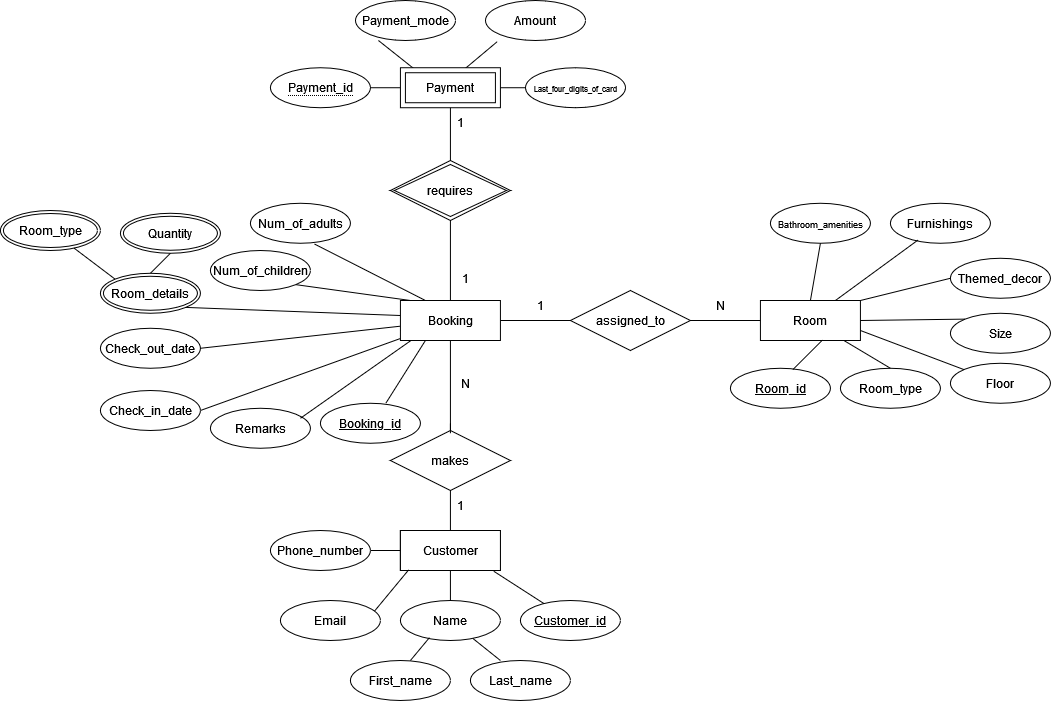
This is RMS_ERD.png from jocelyn-soh/smart-split, a draw.io export, as it was before one commit. Source tidied: cells renumbered, new cells last; positions are measured from the earlier drawing's top-left corner, leaving out a move shared by most shapes. Its diagram source:
```xml
<mxGraphModel>
  <root>
    <mxCell id="0" />
    <mxCell id="1" parent="0" />
    <mxCell id="2" value="Customer" style="whiteSpace=wrap;html=1;align=center;" parent="1" vertex="1">
      <mxGeometry x="399.9" y="530" width="100" height="40" as="geometry" />
    </mxCell>
    <mxCell id="3" value="Entity" style="whiteSpace=wrap;html=1;align=center;" parent="1" vertex="1">
      <mxGeometry x="399.9" y="530" width="100" height="40" as="geometry" />
    </mxCell>
    <mxCell id="4" value="Customer" style="whiteSpace=wrap;html=1;align=center;" parent="1" vertex="1">
      <mxGeometry x="399.9" y="530" width="100" height="40" as="geometry" />
    </mxCell>
    <mxCell id="5" value="Room" style="whiteSpace=wrap;html=1;align=center;" parent="1" vertex="1">
      <mxGeometry x="759.9" y="300" width="100" height="40" as="geometry" />
    </mxCell>
    <mxCell id="6" value="Name" style="ellipse;whiteSpace=wrap;html=1;align=center;" parent="1" vertex="1">
      <mxGeometry x="399.9" y="600" width="100" height="40" as="geometry" />
    </mxCell>
    <mxCell id="7" style="endArrow=none;html=1;rounded=0;exitX=0.5;exitY=0;exitDx=0;exitDy=0;" parent="1" edge="1" source="64">
      <mxGeometry relative="1" as="geometry">
        <mxPoint x="449.9" y="422.8" as="targetPoint" />
      </mxGeometry>
    </mxCell>
    <mxCell id="8" style="endArrow=none;html=1;rounded=0;entryX=0;entryY=0.5;entryDx=0;entryDy=0;exitX=1;exitY=0.5;exitDx=0;exitDy=0;" parent="1" edge="1" source="32" target="61">
      <mxGeometry relative="1" as="geometry" />
    </mxCell>
    <mxCell id="9" style="endArrow=none;html=1;rounded=0;exitX=0.5;exitY=1;exitDx=0;exitDy=0;entryX=0.5;entryY=0;entryDx=0;entryDy=0;" parent="1" edge="1" source="4" target="6">
      <mxGeometry relative="1" as="geometry" />
    </mxCell>
    <mxCell id="10" value="First_name" style="ellipse;whiteSpace=wrap;html=1;align=center;" parent="1" vertex="1">
      <mxGeometry x="349.9" y="660" width="100" height="40" as="geometry" />
    </mxCell>
    <mxCell id="11" value="Last_name" style="ellipse;whiteSpace=wrap;html=1;align=center;" parent="1" vertex="1">
      <mxGeometry x="469.9" y="660" width="100" height="40" as="geometry" />
    </mxCell>
    <mxCell id="12" style="endArrow=none;html=1;rounded=0;entryX=0.29;entryY=0.929;entryDx=0;entryDy=0;entryPerimeter=0;" parent="1" edge="1" target="6">
      <mxGeometry relative="1" as="geometry">
        <mxPoint x="409.9" y="660" as="sourcePoint" />
      </mxGeometry>
    </mxCell>
    <mxCell id="13" style="endArrow=none;html=1;rounded=0;" parent="1" edge="1" target="6">
      <mxGeometry relative="1" as="geometry">
        <mxPoint x="499.9" y="660" as="sourcePoint" />
      </mxGeometry>
    </mxCell>
    <mxCell id="14" value="Customer_id" style="ellipse;whiteSpace=wrap;html=1;align=center;fontStyle=4;" parent="1" vertex="1">
      <mxGeometry x="519.9" y="600" width="100" height="40" as="geometry" />
    </mxCell>
    <mxCell id="15" style="endArrow=none;html=1;rounded=0;exitX=0.933;exitY=1.018;exitDx=0;exitDy=0;exitPerimeter=0;" parent="1" edge="1" source="4" target="14">
      <mxGeometry relative="1" as="geometry" />
    </mxCell>
    <mxCell id="16" value="Email" style="ellipse;whiteSpace=wrap;html=1;align=center;" parent="1" vertex="1">
      <mxGeometry x="279.9" y="600" width="100" height="40" as="geometry" />
    </mxCell>
    <mxCell id="17" style="endArrow=none;html=1;rounded=0;entryX=0.083;entryY=0.982;entryDx=0;entryDy=0;entryPerimeter=0;exitX=0.94;exitY=0.268;exitDx=0;exitDy=0;exitPerimeter=0;" parent="1" edge="1" source="16" target="4">
      <mxGeometry relative="1" as="geometry" />
    </mxCell>
    <mxCell id="18" value="Phone_number" style="ellipse;whiteSpace=wrap;html=1;align=center;" parent="1" vertex="1">
      <mxGeometry x="269.9" y="530" width="100" height="40" as="geometry" />
    </mxCell>
    <mxCell id="19" style="endArrow=none;html=1;rounded=0;entryX=0;entryY=0.5;entryDx=0;entryDy=0;" parent="1" edge="1" target="4">
      <mxGeometry relative="1" as="geometry">
        <mxPoint x="369.9" y="550" as="sourcePoint" />
      </mxGeometry>
    </mxCell>
    <mxCell id="20" value="Booking_id" style="ellipse;whiteSpace=wrap;html=1;align=center;fontStyle=4;" parent="1" vertex="1">
      <mxGeometry x="319.9" y="402.8" width="100" height="40" as="geometry" />
    </mxCell>
    <mxCell id="21" style="endArrow=none;html=1;rounded=0;entryX=0.25;entryY=1;entryDx=0;entryDy=0;exitX=0.654;exitY=0;exitDx=0;exitDy=0;exitPerimeter=0;" parent="1" edge="1" source="20" target="32">
      <mxGeometry relative="1" as="geometry" />
    </mxCell>
    <mxCell id="22" value="Remarks" style="ellipse;whiteSpace=wrap;html=1;align=center;" parent="1" vertex="1">
      <mxGeometry x="209.9" y="407.8" width="100" height="40" as="geometry" />
    </mxCell>
    <mxCell id="23" style="endArrow=none;html=1;rounded=0;entryX=0.126;entryY=0.964;entryDx=0;entryDy=0;exitX=0.9;exitY=0.25;exitDx=0;exitDy=0;exitPerimeter=0;entryPerimeter=0;" parent="1" edge="1" source="22" target="32">
      <mxGeometry relative="1" as="geometry" />
    </mxCell>
    <mxCell id="24" value="Check_out_date" style="ellipse;whiteSpace=wrap;html=1;align=center;" parent="1" vertex="1">
      <mxGeometry x="99.9" y="327.8" width="100" height="40" as="geometry" />
    </mxCell>
    <mxCell id="25" value="Check_in_date" style="ellipse;whiteSpace=wrap;html=1;align=center;" parent="1" vertex="1">
      <mxGeometry x="99.9" y="390" width="100" height="40" as="geometry" />
    </mxCell>
    <mxCell id="26" value="Num_of_adults" style="ellipse;whiteSpace=wrap;html=1;align=center;" parent="1" vertex="1">
      <mxGeometry x="249.9" y="202.8" width="100" height="40" as="geometry" />
    </mxCell>
    <mxCell id="27" value="Num_of_children" style="ellipse;whiteSpace=wrap;html=1;align=center;" parent="1" vertex="1">
      <mxGeometry x="209.9" y="250" width="100" height="40" as="geometry" />
    </mxCell>
    <mxCell id="28" value="Room_details" style="ellipse;shape=doubleEllipse;margin=3;whiteSpace=wrap;html=1;align=center;" parent="1" vertex="1">
      <mxGeometry x="99.9" y="272.8" width="100" height="40" as="geometry" />
    </mxCell>
    <mxCell id="29" style="endArrow=none;html=1;rounded=0;exitX=1;exitY=0.5;exitDx=0;exitDy=0;" parent="1" edge="1" source="32">
      <mxGeometry relative="1" as="geometry">
        <mxPoint x="399.9" y="330" as="targetPoint" />
      </mxGeometry>
    </mxCell>
    <mxCell id="30" style="endArrow=none;html=1;rounded=0;exitX=1;exitY=0.5;exitDx=0;exitDy=0;entryX=-0.003;entryY=0.643;entryDx=0;entryDy=0;entryPerimeter=0;" parent="1" edge="1" source="24" target="32">
      <mxGeometry relative="1" as="geometry" />
    </mxCell>
    <mxCell id="31" style="endArrow=none;html=1;rounded=0;exitX=1;exitY=0.5;exitDx=0;exitDy=0;" parent="1" edge="1" source="25" target="32">
      <mxGeometry relative="1" as="geometry" />
    </mxCell>
    <mxCell id="32" value="Booking" style="whiteSpace=wrap;html=1;align=center;" parent="1" vertex="1">
      <mxGeometry x="399.9" y="300" width="100" height="40" as="geometry" />
    </mxCell>
    <mxCell id="33" style="endArrow=none;html=1;rounded=0;entryX=-0.003;entryY=0.375;entryDx=0;entryDy=0;entryPerimeter=0;exitX=1;exitY=1;exitDx=0;exitDy=0;" parent="1" edge="1" source="28" target="32">
      <mxGeometry relative="1" as="geometry" />
    </mxCell>
    <mxCell id="34" value="Quantity" style="ellipse;shape=doubleEllipse;margin=3;whiteSpace=wrap;html=1;align=center;" parent="1" vertex="1">
      <mxGeometry x="119.9" y="212.8" width="100" height="40" as="geometry" />
    </mxCell>
    <mxCell id="35" value="Room_type" style="ellipse;shape=doubleEllipse;margin=3;whiteSpace=wrap;html=1;align=center;" parent="1" vertex="1">
      <mxGeometry x="-0.1" y="210" width="100" height="40" as="geometry" />
    </mxCell>
    <mxCell id="36" style="endArrow=none;html=1;rounded=0;entryX=0;entryY=0;entryDx=0;entryDy=0;" parent="1" edge="1" source="35" target="28">
      <mxGeometry relative="1" as="geometry" />
    </mxCell>
    <mxCell id="37" style="endArrow=none;html=1;rounded=0;entryX=0.5;entryY=1;entryDx=0;entryDy=0;exitX=0.5;exitY=0;exitDx=0;exitDy=0;" parent="1" edge="1" source="28" target="34">
      <mxGeometry relative="1" as="geometry" />
    </mxCell>
    <mxCell id="38" style="endArrow=none;html=1;rounded=0;exitX=1;exitY=1;exitDx=0;exitDy=0;" parent="1" edge="1" source="27">
      <mxGeometry relative="1" as="geometry">
        <mxPoint x="409.9" y="300" as="targetPoint" />
      </mxGeometry>
    </mxCell>
    <mxCell id="39" style="endArrow=none;html=1;rounded=0;entryX=0.25;entryY=0;entryDx=0;entryDy=0;exitX=0.64;exitY=1.018;exitDx=0;exitDy=0;exitPerimeter=0;" parent="1" edge="1" source="26" target="32">
      <mxGeometry relative="1" as="geometry" />
    </mxCell>
    <mxCell id="40" style="endArrow=none;html=1;rounded=0;exitX=1;exitY=0.5;exitDx=0;exitDy=0;" parent="1" edge="1" target="66">
      <mxGeometry relative="1" as="geometry">
        <mxPoint x="365" y="87.2" as="sourcePoint" />
      </mxGeometry>
    </mxCell>
    <mxCell id="41" value="Payment_mode" style="ellipse;whiteSpace=wrap;html=1;align=center;" parent="1" vertex="1">
      <mxGeometry x="355" width="100" height="40" as="geometry" />
    </mxCell>
    <mxCell id="42" value="Amount" style="ellipse;whiteSpace=wrap;html=1;align=center;" parent="1" vertex="1">
      <mxGeometry x="485" width="100" height="40" as="geometry" />
    </mxCell>
    <mxCell id="43" value="&lt;font style=&quot;font-size: 8px;&quot;&gt;Last_four_digits_of_card&lt;/font&gt;" style="ellipse;whiteSpace=wrap;html=1;align=center;" parent="1" vertex="1">
      <mxGeometry x="525" y="67.2" width="100" height="40" as="geometry" />
    </mxCell>
    <mxCell id="44" style="endArrow=none;html=1;rounded=0;exitX=0.18;exitY=0.016;exitDx=0;exitDy=0;exitPerimeter=0;" parent="1" edge="1">
      <mxGeometry relative="1" as="geometry">
        <mxPoint x="413" y="67.9" as="sourcePoint" />
        <mxPoint x="377.9" y="40" as="targetPoint" />
      </mxGeometry>
    </mxCell>
    <mxCell id="45" style="endArrow=none;html=1;rounded=0;entryX=0.617;entryY=0.974;entryDx=0;entryDy=0;entryPerimeter=0;exitX=0.699;exitY=0.016;exitDx=0;exitDy=0;exitPerimeter=0;" parent="1" edge="1">
      <mxGeometry relative="1" as="geometry">
        <mxPoint x="464.9" y="67.9" as="sourcePoint" />
        <mxPoint x="496.7" y="41.2" as="targetPoint" />
      </mxGeometry>
    </mxCell>
    <mxCell id="46" style="endArrow=none;html=1;rounded=0;exitX=1;exitY=0.5;exitDx=0;exitDy=0;entryX=0;entryY=0.5;entryDx=0;entryDy=0;" parent="1" edge="1" target="43">
      <mxGeometry relative="1" as="geometry">
        <mxPoint x="495" y="87.2" as="sourcePoint" />
      </mxGeometry>
    </mxCell>
    <mxCell id="47" value="Room_id" style="ellipse;whiteSpace=wrap;html=1;align=center;fontStyle=4;" parent="1" vertex="1">
      <mxGeometry x="729.9" y="367.8" width="100" height="40" as="geometry" />
    </mxCell>
    <mxCell id="48" value="Room_type" style="ellipse;whiteSpace=wrap;html=1;align=center;" parent="1" vertex="1">
      <mxGeometry x="839.9" y="367.8" width="100" height="40" as="geometry" />
    </mxCell>
    <mxCell id="49" value="Floor" style="ellipse;whiteSpace=wrap;html=1;align=center;" parent="1" vertex="1">
      <mxGeometry x="949.9" y="362.8" width="100" height="40" as="geometry" />
    </mxCell>
    <mxCell id="50" value="Size" style="ellipse;whiteSpace=wrap;html=1;align=center;" parent="1" vertex="1">
      <mxGeometry x="949.9" y="312.8" width="100" height="40" as="geometry" />
    </mxCell>
    <mxCell id="51" value="Themed_decor" style="ellipse;whiteSpace=wrap;html=1;align=center;" parent="1" vertex="1">
      <mxGeometry x="949.9" y="257.8" width="100" height="40" as="geometry" />
    </mxCell>
    <mxCell id="52" value="&lt;font style=&quot;font-size: 9px;&quot;&gt;Bathroom_amenities&lt;/font&gt;" style="ellipse;whiteSpace=wrap;html=1;align=center;" parent="1" vertex="1">
      <mxGeometry x="769.9" y="202.8" width="100" height="40" as="geometry" />
    </mxCell>
    <mxCell id="53" value="Furnishings" style="ellipse;whiteSpace=wrap;html=1;align=center;" parent="1" vertex="1">
      <mxGeometry x="889.9" y="202.8" width="100" height="40" as="geometry" />
    </mxCell>
    <mxCell id="54" style="endArrow=none;html=1;rounded=0;exitX=0.5;exitY=0;exitDx=0;exitDy=0;entryX=0.5;entryY=1;entryDx=0;entryDy=0;" parent="1" edge="1" source="5" target="52">
      <mxGeometry relative="1" as="geometry" />
    </mxCell>
    <mxCell id="55" style="endArrow=none;html=1;rounded=0;entryX=0.276;entryY=0.919;entryDx=0;entryDy=0;entryPerimeter=0;exitX=0.75;exitY=0;exitDx=0;exitDy=0;" parent="1" edge="1" source="5" target="53">
      <mxGeometry relative="1" as="geometry" />
    </mxCell>
    <mxCell id="56" style="endArrow=none;html=1;rounded=0;exitX=1;exitY=0;exitDx=0;exitDy=0;entryX=0;entryY=0.5;entryDx=0;entryDy=0;" parent="1" edge="1" source="5" target="51">
      <mxGeometry relative="1" as="geometry" />
    </mxCell>
    <mxCell id="57" style="endArrow=none;html=1;rounded=0;exitX=1;exitY=0.5;exitDx=0;exitDy=0;entryX=0;entryY=0;entryDx=0;entryDy=0;" parent="1" edge="1" source="5" target="50">
      <mxGeometry relative="1" as="geometry" />
    </mxCell>
    <mxCell id="58" style="endArrow=none;html=1;rounded=0;exitX=1;exitY=0.75;exitDx=0;exitDy=0;" parent="1" edge="1" source="5" target="49">
      <mxGeometry relative="1" as="geometry" />
    </mxCell>
    <mxCell id="59" style="endArrow=none;html=1;rounded=0;entryX=0.5;entryY=0;entryDx=0;entryDy=0;" parent="1" edge="1" source="5" target="48">
      <mxGeometry relative="1" as="geometry" />
    </mxCell>
    <mxCell id="60" style="endArrow=none;html=1;rounded=0;exitX=0.624;exitY=0.034;exitDx=0;exitDy=0;exitPerimeter=0;entryX=0.621;entryY=0.988;entryDx=0;entryDy=0;entryPerimeter=0;" parent="1" edge="1" source="47" target="5">
      <mxGeometry relative="1" as="geometry" />
    </mxCell>
    <mxCell id="61" value="assigned_to" style="shape=rhombus;perimeter=rhombusPerimeter;whiteSpace=wrap;html=1;align=center;" parent="1" vertex="1">
      <mxGeometry x="569.9" y="290" width="120" height="60" as="geometry" />
    </mxCell>
    <mxCell id="62" style="endArrow=none;html=1;rounded=0;entryX=0;entryY=0.5;entryDx=0;entryDy=0;exitX=1;exitY=0.5;exitDx=0;exitDy=0;entryPerimeter=0;" parent="1" edge="1" source="61" target="5">
      <mxGeometry relative="1" as="geometry" />
    </mxCell>
    <mxCell id="63" style="endArrow=none;html=1;rounded=0;exitX=0.5;exitY=0;exitDx=0;exitDy=0;entryX=0.5;entryY=1;entryDx=0;entryDy=0;" parent="1" edge="1" source="4" target="64">
      <mxGeometry relative="1" as="geometry" />
    </mxCell>
    <mxCell id="64" value="makes" style="shape=rhombus;perimeter=rhombusPerimeter;whiteSpace=wrap;html=1;align=center;" parent="1" vertex="1">
      <mxGeometry x="389.9" y="430" width="120" height="60" as="geometry" />
    </mxCell>
    <mxCell id="65" style="endArrow=none;html=1;rounded=0;exitX=0.5;exitY=1;exitDx=0;exitDy=0;" parent="1" edge="1" source="32">
      <mxGeometry relative="1" as="geometry">
        <mxPoint x="449.9" y="432.8" as="targetPoint" />
      </mxGeometry>
    </mxCell>
    <mxCell id="66" value="Payment" style="shape=ext;margin=3;double=1;whiteSpace=wrap;html=1;align=center;" parent="1" vertex="1">
      <mxGeometry x="399.9" y="67.2" width="100" height="40" as="geometry" />
    </mxCell>
    <mxCell id="67" value="&lt;span style=&quot;border-bottom: 1px dotted&quot;&gt;Payment_id&lt;/span&gt;" style="ellipse;whiteSpace=wrap;html=1;align=center;" parent="1" vertex="1">
      <mxGeometry x="269.9" y="67.2" width="100" height="40" as="geometry" />
    </mxCell>
    <mxCell id="68" value="requires" style="shape=rhombus;double=1;perimeter=rhombusPerimeter;whiteSpace=wrap;html=1;align=center;" parent="1" vertex="1">
      <mxGeometry x="389.9" y="160" width="120" height="60" as="geometry" />
    </mxCell>
    <mxCell id="69" style="endArrow=none;html=1;rounded=0;exitX=0.5;exitY=0;exitDx=0;exitDy=0;entryX=0.5;entryY=1;entryDx=0;entryDy=0;" parent="1" edge="1" source="32" target="68">
      <mxGeometry relative="1" as="geometry" />
    </mxCell>
    <mxCell id="70" style="endArrow=none;html=1;rounded=0;exitX=0.5;exitY=0;exitDx=0;exitDy=0;" parent="1" edge="1" source="68" target="66">
      <mxGeometry relative="1" as="geometry" />
    </mxCell>
    <mxCell id="71" value="1" style="text;html=1;align=center;verticalAlign=middle;strokeColor=none;fillColor=none;" parent="1" vertex="1">
      <mxGeometry x="449.9" y="262.8" width="30" height="30" as="geometry" />
    </mxCell>
    <mxCell id="72" value="1" style="text;html=1;align=center;verticalAlign=middle;strokeColor=none;fillColor=none;" parent="1" vertex="1">
      <mxGeometry x="445" y="107.2" width="30" height="30" as="geometry" />
    </mxCell>
    <mxCell id="73" value="1" style="text;html=1;align=center;verticalAlign=middle;strokeColor=none;fillColor=none;" parent="1" vertex="1">
      <mxGeometry x="525" y="290" width="30" height="30" as="geometry" />
    </mxCell>
    <mxCell id="74" value="N" style="text;html=1;align=center;verticalAlign=middle;strokeColor=none;fillColor=none;" parent="1" vertex="1">
      <mxGeometry x="705" y="290" width="30" height="30" as="geometry" />
    </mxCell>
    <mxCell id="75" value="1" style="text;html=1;align=center;verticalAlign=middle;strokeColor=none;fillColor=none;" parent="1" vertex="1">
      <mxGeometry x="445" y="490" width="30" height="30" as="geometry" />
    </mxCell>
    <mxCell id="76" value="N" style="text;html=1;align=center;verticalAlign=middle;strokeColor=none;fillColor=none;" parent="1" vertex="1">
      <mxGeometry x="449.9" y="367.8" width="30" height="30" as="geometry" />
    </mxCell>
  </root>
</mxGraphModel>
```
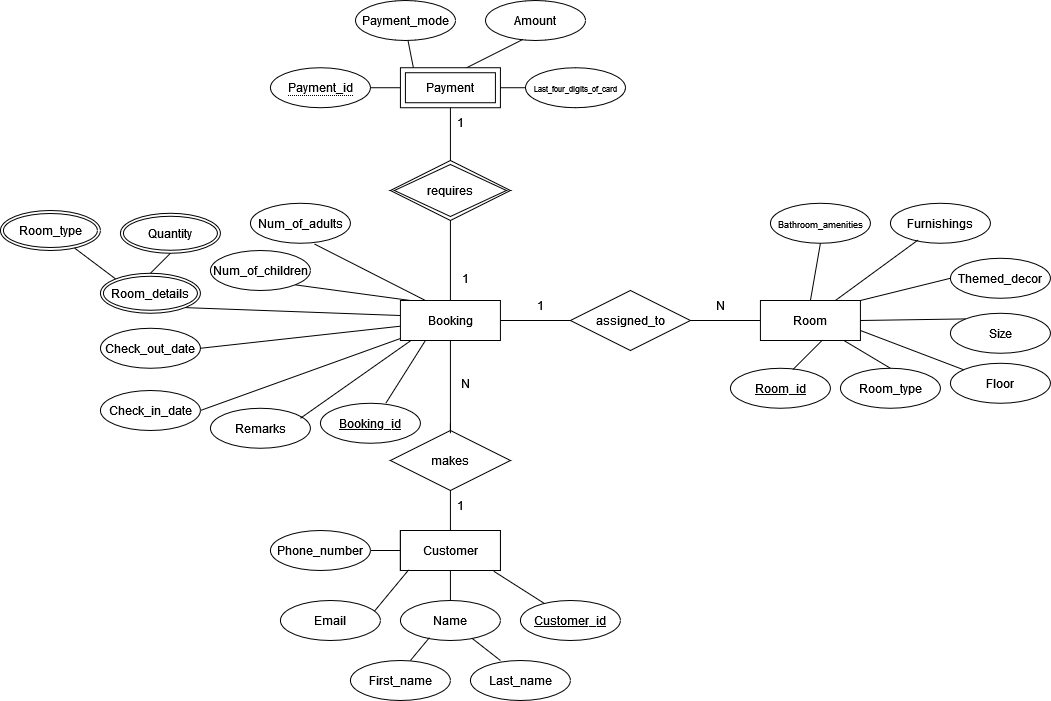
The same diagram one commit later.

Change to the diagram source:
```diff
@@ -142,16 +142,14 @@
     <mxCell id="43" value="&lt;font style=&quot;font-size: 8px;&quot;&gt;Last_four_digits_of_card&lt;/font&gt;" style="ellipse;whiteSpace=wrap;html=1;align=center;" parent="1" vertex="1">
       <mxGeometry x="525" y="67.2" width="100" height="40" as="geometry" />
     </mxCell>
-    <mxCell id="44" style="endArrow=none;html=1;rounded=0;exitX=0.18;exitY=0.016;exitDx=0;exitDy=0;exitPerimeter=0;" parent="1" edge="1">
+    <mxCell id="44" style="endArrow=none;html=1;rounded=0;exitX=0.18;exitY=0.016;exitDx=0;exitDy=0;exitPerimeter=0;" parent="1" edge="1" target="41">
       <mxGeometry relative="1" as="geometry">
         <mxPoint x="413" y="67.9" as="sourcePoint" />
-        <mxPoint x="377.9" y="40" as="targetPoint" />
       </mxGeometry>
     </mxCell>
-    <mxCell id="45" style="endArrow=none;html=1;rounded=0;entryX=0.617;entryY=0.974;entryDx=0;entryDy=0;entryPerimeter=0;exitX=0.699;exitY=0.016;exitDx=0;exitDy=0;exitPerimeter=0;" parent="1" edge="1">
+    <mxCell id="45" style="endArrow=none;html=1;rounded=0;exitX=0.699;exitY=0.016;exitDx=0;exitDy=0;exitPerimeter=0;entryX=0.374;entryY=0.973;entryDx=0;entryDy=0;entryPerimeter=0;" parent="1" edge="1" target="42">
       <mxGeometry relative="1" as="geometry">
         <mxPoint x="464.9" y="67.9" as="sourcePoint" />
-        <mxPoint x="496.7" y="41.2" as="targetPoint" />
       </mxGeometry>
     </mxCell>
     <mxCell id="46" style="endArrow=none;html=1;rounded=0;exitX=1;exitY=0.5;exitDx=0;exitDy=0;entryX=0;entryY=0.5;entryDx=0;entryDy=0;" parent="1" edge="1" target="43">
```
